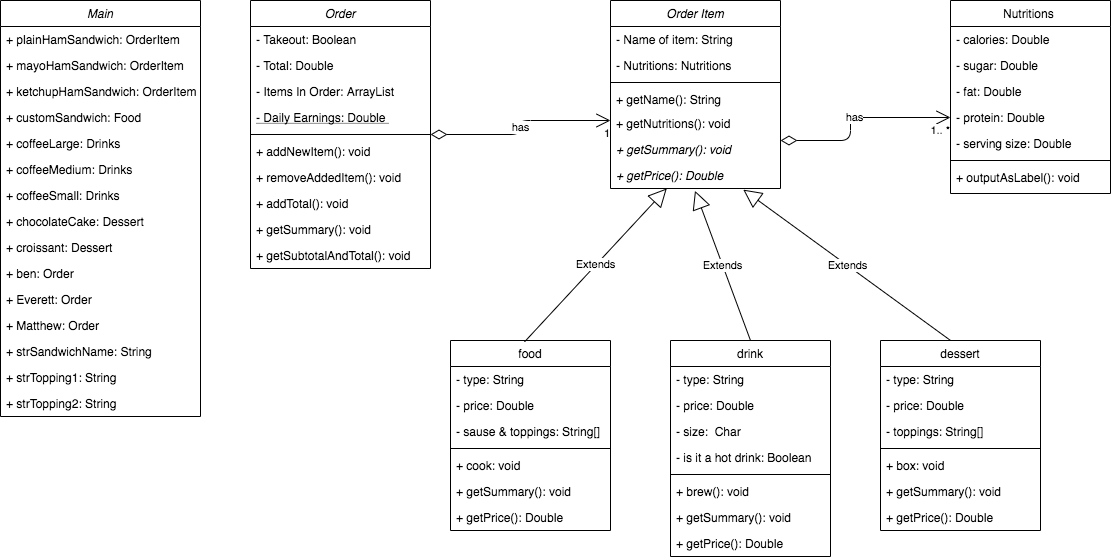
The draw.io diagram src/OOPDrawioKB.png in SACHSTech/ics4u-oop-assignment-KevinB-school, before a commit. Source tidied: cells renumbered, new cells last; positions are measured from the earlier drawing's top-left corner, leaving out a move shared by most shapes.
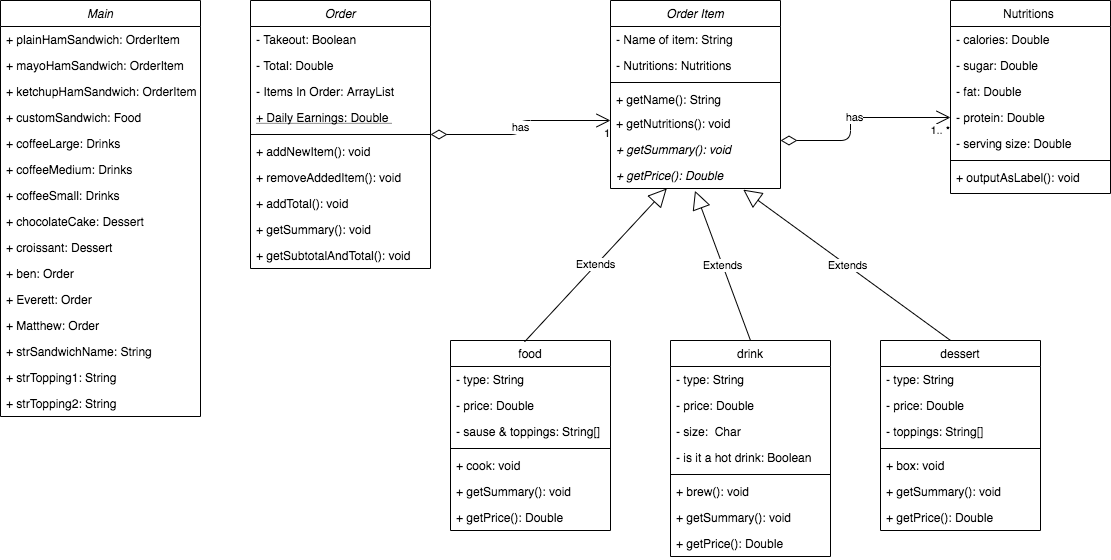
Above is the later version.

Commit message:
fixing diagram one last last time

Diff of the diagram source:
```diff
@@ -146,7 +146,7 @@
     <mxCell id="49" value="- Items In Order: ArrayList " style="text;align=left;verticalAlign=top;spacingLeft=4;spacingRight=4;overflow=hidden;" parent="46" vertex="1">
       <mxGeometry y="78" width="180" height="26" as="geometry" />
     </mxCell>
-    <mxCell id="50" value="- Daily Earnings: Double " style="text;align=left;verticalAlign=top;spacingLeft=4;spacingRight=4;overflow=hidden;fontStyle=4;" parent="46" vertex="1">
+    <mxCell id="50" value="+ Daily Earnings: Double " style="text;align=left;verticalAlign=top;spacingLeft=4;spacingRight=4;overflow=hidden;fontStyle=4;" parent="46" vertex="1">
       <mxGeometry y="104" width="180" height="26" as="geometry" />
     </mxCell>
     <mxCell id="51" style="line;html=1;strokeWidth=1;align=left;verticalAlign=middle;spacingTop=-1;spacingLeft=3;spacingRight=3;labelPosition=right;" parent="46" vertex="1">
```
